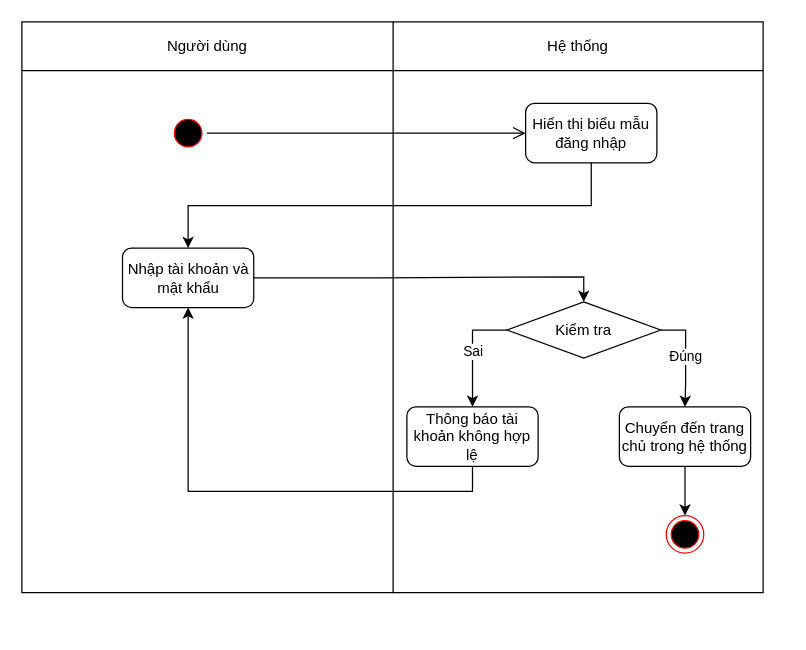
Boorng/DATN keeps this draw.io diagram as page "Activity diagram đăng nhập" (1 of 16) of activity-diagram (1).drawio. Above is the earlier version. Source tidied: cells renumbered, new cells numbered last; positions are measured from the earlier drawing's top-left corner, leaving out a move shared by most shapes. Both pictures are drawn from the tidied source at 125%, with x=0, y=0 at pixel (21, 21).
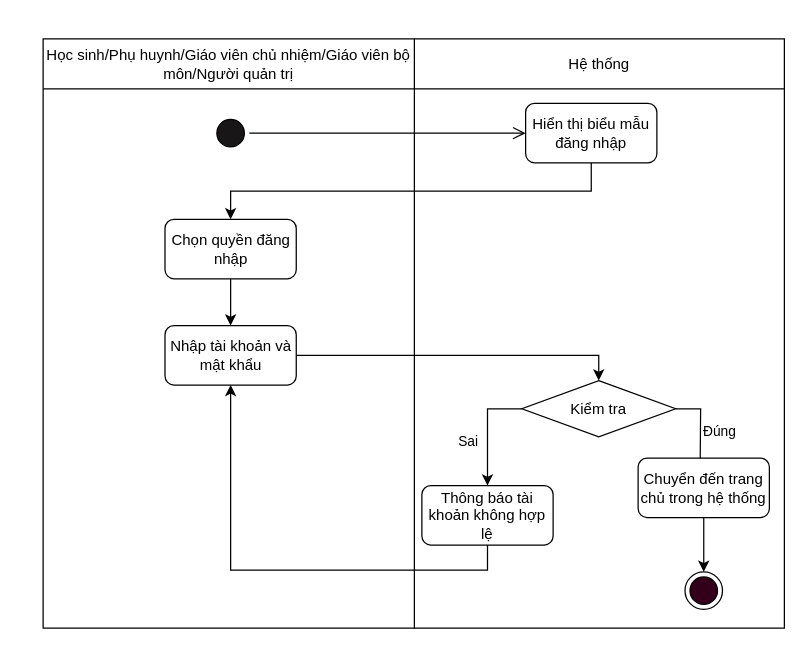
The same page after the edit.

What changed in the source:
```diff
@@
-    <mxCell id="2" style="shape=table;startSize=0;childLayout=tableLayout;" parent="1" vertex="1">
-      <mxGeometry width="593" height="456.5" as="geometry" />
+    <mxCell id="2" style="shape=table;startSize=0;childLayout=tableLayout;labelBackgroundColor=none;" parent="1" vertex="1">
+      <mxGeometry x="17" y="13.5" width="593" height="471.5" as="geometry" />
     </mxCell>
-    <mxCell id="3" style="shape=tableRow;horizontal=0;startSize=0;swimlaneHead=0;swimlaneBody=0;top=0;left=0;bottom=0;right=0;fillColor=none;" parent="2" vertex="1">
-      <mxGeometry width="593" height="39" as="geometry" />
+    <mxCell id="3" style="shape=tableRow;horizontal=0;startSize=0;swimlaneHead=0;swimlaneBody=0;top=0;left=0;bottom=0;right=0;fillColor=none;labelBackgroundColor=none;" parent="2" vertex="1">
+      <mxGeometry width="593" height="40" as="geometry" />
     </mxCell>
-    <mxCell id="4" value="Người dùng" style="shape=partialRectangle;html=1;whiteSpace=wrap;overflow=hidden;fillColor=none;top=0;left=0;bottom=0;right=0;" parent="3" vertex="1">
-      <mxGeometry width="297" height="39" as="geometry" />
+    <mxCell id="4" value="Học sinh/Phụ huynh/Giáo viên chủ nhiệm/Giáo viên bộ môn/Người quản trị" style="shape=partialRectangle;html=1;whiteSpace=wrap;overflow=hidden;fillColor=none;top=0;left=0;bottom=0;right=0;labelBackgroundColor=none;" parent="3" vertex="1">
+      <mxGeometry width="297" height="40" as="geometry" />
     </mxCell>
-    <mxCell id="5" value="Hệ thống" style="shape=partialRectangle;html=1;whiteSpace=wrap;overflow=hidden;fillColor=none;top=0;left=0;bottom=0;right=0;" parent="3" vertex="1">
-      <mxGeometry x="297" width="296" height="39" as="geometry" />
+    <mxCell id="5" value="Hệ thống" style="shape=partialRectangle;html=1;whiteSpace=wrap;overflow=hidden;fillColor=none;top=0;left=0;bottom=0;right=0;labelBackgroundColor=none;" parent="3" vertex="1">
+      <mxGeometry x="297" width="296" height="40" as="geometry" />
     </mxCell>
-    <mxCell id="6" style="shape=tableRow;horizontal=0;startSize=0;swimlaneHead=0;swimlaneBody=0;top=0;left=0;bottom=0;right=0;fillColor=none;" parent="2" vertex="1">
-      <mxGeometry y="39" width="593" height="418" as="geometry" />
+    <mxCell id="6" style="shape=tableRow;horizontal=0;startSize=0;swimlaneHead=0;swimlaneBody=0;top=0;left=0;bottom=0;right=0;fillColor=none;labelBackgroundColor=none;" parent="2" vertex="1">
+      <mxGeometry y="40" width="593" height="432" as="geometry" />
     </mxCell>
-    <mxCell id="7" style="shape=partialRectangle;html=1;whiteSpace=wrap;overflow=hidden;fillColor=none;top=0;left=0;bottom=0;right=0;" parent="6" vertex="1">
-      <mxGeometry width="297" height="418" as="geometry" />
+    <mxCell id="7" style="shape=partialRectangle;html=1;whiteSpace=wrap;overflow=hidden;fillColor=none;top=0;left=0;bottom=0;right=0;labelBackgroundColor=none;" parent="6" vertex="1">
+      <mxGeometry width="297" height="432" as="geometry" />
     </mxCell>
-    <mxCell id="8" style="shape=partialRectangle;html=1;whiteSpace=wrap;overflow=hidden;fillColor=none;top=0;left=0;bottom=0;right=0;" parent="6" vertex="1">
-      <mxGeometry x="297" width="296" height="418" as="geometry" />
+    <mxCell id="8" style="shape=partialRectangle;html=1;whiteSpace=wrap;overflow=hidden;fillColor=none;top=0;left=0;bottom=0;right=0;labelBackgroundColor=none;" parent="6" vertex="1">
+      <mxGeometry x="297" width="296" height="432" as="geometry" />
     </mxCell>
-    <mxCell id="9" style="ellipse;html=1;shape=startState;fillColor=#000000;strokeColor=#ff0000;" parent="1" vertex="1">
-      <mxGeometry x="118" y="74" width="30" height="30" as="geometry" />
+    <mxCell id="9" style="ellipse;html=1;shape=startState;labelBackgroundColor=none;fillColor=#181616;" parent="1" vertex="1">
+      <mxGeometry x="152" y="74" width="30" height="30" as="geometry" />
     </mxCell>
-    <mxCell id="10" style="edgeStyle=orthogonalEdgeStyle;html=1;verticalAlign=bottom;endArrow=open;endSize=8;strokeColor=#000000;rounded=0;" parent="1" edge="1" source="9" target="12">
+    <mxCell id="10" style="edgeStyle=orthogonalEdgeStyle;html=1;verticalAlign=bottom;endArrow=open;endSize=8;rounded=0;labelBackgroundColor=none;fontColor=default;" parent="1" edge="1" source="9" target="12">
       <mxGeometry relative="1" as="geometry" />
     </mxCell>
-    <mxCell id="11" style="edgeStyle=orthogonalEdgeStyle;rounded=0;jettySize=auto;html=1;exitX=0.5;exitY=1;exitDx=0;exitDy=0;entryX=0.5;entryY=0;entryDx=0;entryDy=0;" parent="1" edge="1" source="12" target="14">
-      <mxGeometry relative="1" as="geometry" />
-    </mxCell>
+    <mxCell id="23" style="edgeStyle=orthogonalEdgeStyle;rounded=0;jettySize=auto;html=1;exitX=0.5;exitY=1;exitDx=0;exitDy=0;entryX=0.5;entryY=0;entryDx=0;entryDy=0;labelBackgroundColor=none;fontColor=default;" parent="1" edge="1" source="12" target="25">
+      <mxGeometry relative="1" as="geometry" />
+    </mxCell>
-    <mxCell id="12" value="Hiển thị biểu mẫu đăng nhập" style="rounded=1;whiteSpace=wrap;html=1;" parent="1" vertex="1">
+    <mxCell id="12" value="Hiển thị biểu mẫu đăng nhập" style="rounded=1;whiteSpace=wrap;html=1;labelBackgroundColor=none;" parent="1" vertex="1">
       <mxGeometry x="403" y="65.2" width="105" height="47.5" as="geometry" />
     </mxCell>
-    <mxCell id="13" style="edgeStyle=orthogonalEdgeStyle;rounded=0;jettySize=auto;html=1;exitX=1;exitY=0.5;exitDx=0;exitDy=0;entryX=0.5;entryY=0;entryDx=0;entryDy=0;strokeColor=#000000;" parent="1" edge="1" source="14" target="17">
+    <mxCell id="13" style="edgeStyle=orthogonalEdgeStyle;rounded=0;jettySize=auto;html=1;exitX=1;exitY=0.5;exitDx=0;exitDy=0;entryX=0.5;entryY=0;entryDx=0;entryDy=0;labelBackgroundColor=none;fontColor=default;" parent="1" edge="1" source="14" target="17">
       <mxGeometry relative="1" as="geometry" />
     </mxCell>
-    <mxCell id="14" value="Nhập tài khoản và mật khẩu" style="rounded=1;whiteSpace=wrap;html=1;" parent="1" vertex="1">
-      <mxGeometry x="80.5" y="181" width="105" height="47.5" as="geometry" />
+    <mxCell id="14" value="Nhập tài khoản và mật khẩu" style="rounded=1;whiteSpace=wrap;html=1;labelBackgroundColor=none;" parent="1" vertex="1">
+      <mxGeometry x="114.5" y="243" width="105" height="47.5" as="geometry" />
     </mxCell>
-    <mxCell id="15" value="Sai" style="edgeStyle=orthogonalEdgeStyle;rounded=0;jettySize=auto;html=1;exitX=0;exitY=0.5;exitDx=0;exitDy=0;entryX=0.5;entryY=0;entryDx=0;entryDy=0;strokeColor=#000000;" parent="1" edge="1" source="17" target="19">
-      <mxGeometry relative="1" as="geometry" />
+    <mxCell id="15" value="Sai" style="edgeStyle=orthogonalEdgeStyle;rounded=0;jettySize=auto;html=1;exitX=0;exitY=0.5;exitDx=0;exitDy=0;entryX=0.5;entryY=0;entryDx=0;entryDy=0;labelBackgroundColor=none;fontColor=default;" parent="1" edge="1" source="17" target="19">
+      <mxGeometry x="0.21" y="-16" relative="1" as="geometry" />
     </mxCell>
-    <mxCell id="16" value="Đúng" style="edgeStyle=orthogonalEdgeStyle;rounded=0;jettySize=auto;html=1;exitX=1;exitY=0.5;exitDx=0;exitDy=0;entryX=0.5;entryY=0;entryDx=0;entryDy=0;strokeColor=#000000;" parent="1" edge="1" source="17" target="21">
-      <mxGeometry relative="1" as="geometry" />
+    <mxCell id="16" value="Đúng" style="edgeStyle=orthogonalEdgeStyle;rounded=0;jettySize=auto;html=1;exitX=1;exitY=0.5;exitDx=0;exitDy=0;entryX=0.5;entryY=0;entryDx=0;entryDy=0;labelBackgroundColor=none;fontColor=default;" parent="1" edge="1" source="17">
+      <mxGeometry x="-0.09" y="15" relative="1" as="geometry">
+        <mxPoint x="542.5" y="371" as="targetPoint" />
+        <mxPoint y="1" as="offset" />
+      </mxGeometry>
     </mxCell>
-    <mxCell id="17" value="Kiểm tra" style="rhombus;whiteSpace=wrap;html=1;" parent="1" vertex="1">
-      <mxGeometry x="388" y="224" width="123" height="45" as="geometry" />
+    <mxCell id="17" value="Kiểm tra" style="rhombus;whiteSpace=wrap;html=1;labelBackgroundColor=none;" parent="1" vertex="1">
+      <mxGeometry x="400" y="287" width="123" height="45" as="geometry" />
     </mxCell>
-    <mxCell id="18" style="edgeStyle=orthogonalEdgeStyle;rounded=0;jettySize=auto;html=1;exitX=0.5;exitY=1;exitDx=0;exitDy=0;entryX=0.5;entryY=1;entryDx=0;entryDy=0;strokeColor=#000000;" parent="1" edge="1" source="19" target="14">
+    <mxCell id="18" style="edgeStyle=orthogonalEdgeStyle;rounded=0;jettySize=auto;html=1;exitX=0.5;exitY=1;exitDx=0;exitDy=0;entryX=0.5;entryY=1;entryDx=0;entryDy=0;labelBackgroundColor=none;fontColor=default;" parent="1" edge="1" source="19" target="14">
       <mxGeometry relative="1" as="geometry" />
     </mxCell>
-    <mxCell id="19" value="Thông báo tài khoản không hợp lệ" style="rounded=1;whiteSpace=wrap;html=1;" parent="1" vertex="1">
-      <mxGeometry x="308" y="308" width="105" height="47.5" as="geometry" />
+    <mxCell id="19" value="Thông báo tài khoản không hợp lệ" style="rounded=1;whiteSpace=wrap;html=1;labelBackgroundColor=none;" parent="1" vertex="1">
+      <mxGeometry x="320" y="371" width="105" height="47.5" as="geometry" />
     </mxCell>
-    <mxCell id="20" style="edgeStyle=orthogonalEdgeStyle;rounded=0;jettySize=auto;html=1;exitX=0.5;exitY=1;exitDx=0;exitDy=0;entryX=0.5;entryY=0;entryDx=0;entryDy=0;strokeColor=#000000;" parent="1" edge="1" source="21" target="22">
+    <mxCell id="20" style="edgeStyle=orthogonalEdgeStyle;rounded=0;jettySize=auto;html=1;exitX=0.5;exitY=1;exitDx=0;exitDy=0;entryX=0.5;entryY=0;entryDx=0;entryDy=0;labelBackgroundColor=none;fontColor=default;" parent="1" edge="1" source="21" target="22">
       <mxGeometry relative="1" as="geometry" />
     </mxCell>
-    <mxCell id="21" value="Chuyển đến trang chủ trong hệ thống" style="rounded=1;whiteSpace=wrap;html=1;" parent="1" vertex="1">
-      <mxGeometry x="478" y="308" width="105" height="47.5" as="geometry" />
+    <mxCell id="21" value="Chuyển đến trang chủ trong hệ thống" style="rounded=1;whiteSpace=wrap;html=1;labelBackgroundColor=none;" parent="1" vertex="1">
+      <mxGeometry x="493" y="349" width="105" height="47.5" as="geometry" />
     </mxCell>
-    <mxCell id="22" style="ellipse;html=1;shape=endState;fillColor=#000000;strokeColor=#ff0000;" parent="1" vertex="1">
-      <mxGeometry x="515.5" y="395" width="30" height="30" as="geometry" />
+    <mxCell id="22" style="ellipse;html=1;shape=endState;labelBackgroundColor=none;fillColor=#33001A;" parent="1" vertex="1">
+      <mxGeometry x="530.5" y="440" width="30" height="30" as="geometry" />
     </mxCell>
+    <mxCell id="24" style="edgeStyle=orthogonalEdgeStyle;rounded=0;jettySize=auto;html=1;exitX=0.5;exitY=1;exitDx=0;exitDy=0;entryX=0.5;entryY=0;entryDx=0;entryDy=0;labelBackgroundColor=none;fontColor=default;" parent="1" edge="1" source="25" target="14">
+      <mxGeometry relative="1" as="geometry" />
+    </mxCell>
+    <mxCell id="25" value="Chọn quyền đăng nhập" style="rounded=1;whiteSpace=wrap;html=1;labelBackgroundColor=none;" parent="1" vertex="1">
+      <mxGeometry x="114.5" y="158" width="105" height="47.5" as="geometry" />
+    </mxCell>
```
